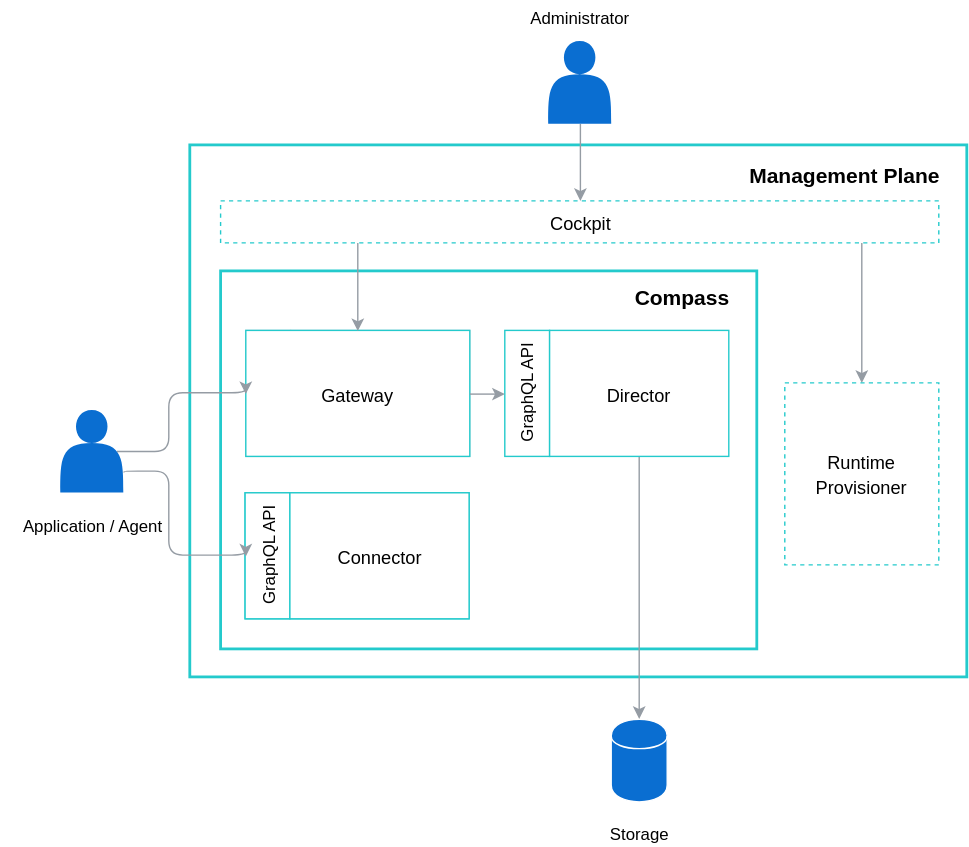
kyma-incubator/compass keeps this draw.io diagram as docs/architecture/assets/mp-components.svg. Above is the earlier version. Source tidied: cells renumbered, new cells last; positions are measured from the earlier drawing's top-left corner, leaving out a move shared by most shapes.
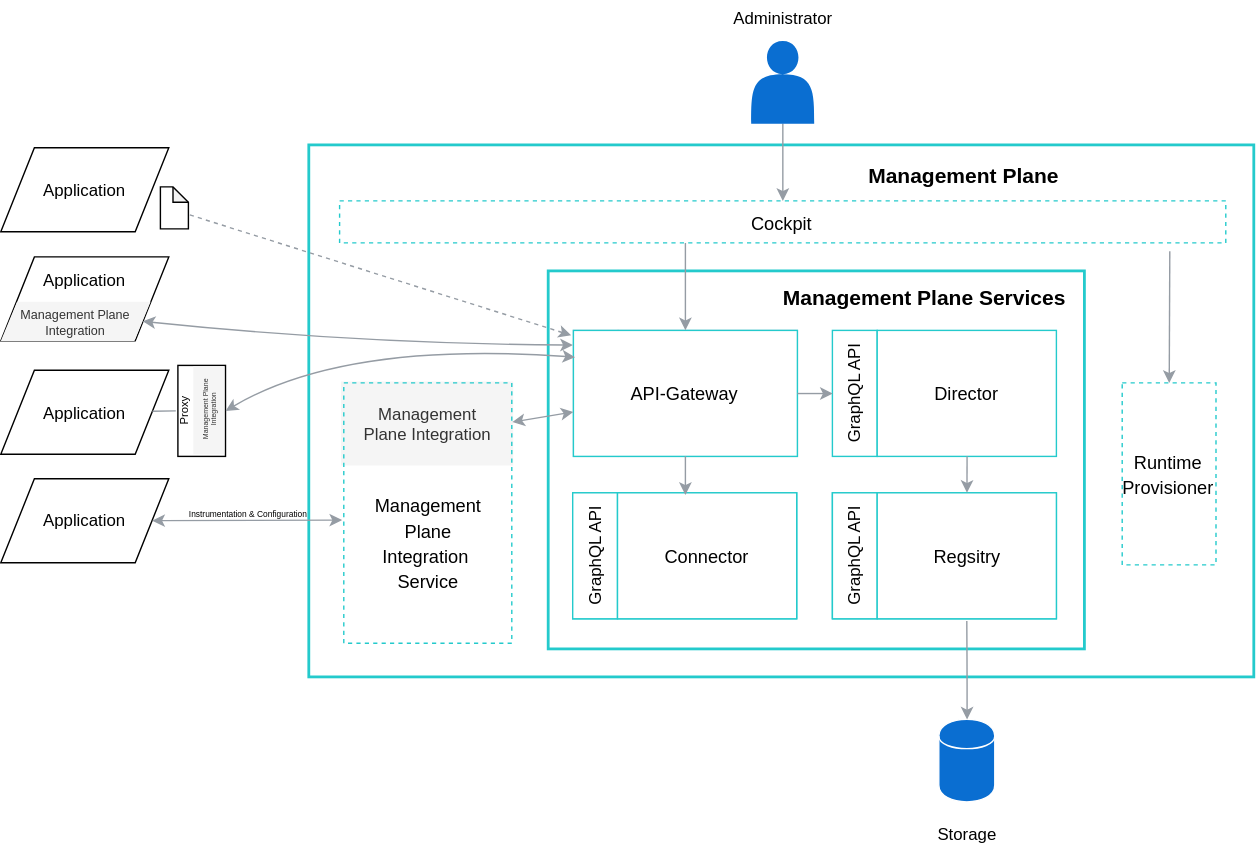
The same diagram one commit later.

Commit message:
Update Component Overview

What changed in the source:
```diff
@@ -3,13 +3,16 @@
     <mxCell id="0" />
     <mxCell id="1" parent="0" />
     <mxCell id="2" style="rounded=0;whiteSpace=wrap;html=1;labelBackgroundColor=none;strokeColor=#24CACC;strokeWidth=2;fillColor=#FFFFFF;gradientColor=none;fontFamily=Helvetica;fontSize=15;fontColor=#000000;" parent="1" vertex="1">
-      <mxGeometry x="135" y="102" width="555" height="380" as="geometry" />
+      <mxGeometry x="135" y="102" width="675" height="380" as="geometry" />
     </mxCell>
+    <mxCell id="34" value="Management&lt;br&gt;Plane Integration&lt;br&gt;" style="rounded=0;whiteSpace=wrap;html=1;fillColor=#f5f5f5;strokeColor=none;fontColor=#333333;" parent="1" vertex="1">
+      <mxGeometry x="158" y="271" width="123" height="60" as="geometry" />
+    </mxCell>
     <mxCell id="3" style="rounded=0;whiteSpace=wrap;html=1;labelBackgroundColor=none;strokeColor=#24CACC;strokeWidth=2;fillColor=#FFFFFF;gradientColor=none;fontFamily=Helvetica;fontSize=15;fontColor=#000000;" parent="1" vertex="1">
-      <mxGeometry x="157" y="192" width="383" height="270" as="geometry" />
+      <mxGeometry x="306" y="192" width="383" height="270" as="geometry" />
     </mxCell>
     <mxCell id="4" style="group;" parent="1" vertex="1">
-      <mxGeometry x="175" y="234.5" width="345" height="90" as="geometry" />
+      <mxGeometry x="324" y="234.5" width="345" height="90" as="geometry" />
     </mxCell>
     <mxCell id="5" value="&lt;font style=&quot;font-size: 12px;&quot;&gt;GraphQL API&lt;br style=&quot;font-size: 12px;&quot;&gt;&lt;/font&gt;" style="rounded=0;whiteSpace=wrap;html=1;labelBackgroundColor=none;strokeColor=#D2D5D9;strokeWidth=1;fillColor=#FFFFFF;gradientColor=none;fontFamily=Helvetica;fontSize=12;fontColor=#000000;horizontal=0;" parent="4" vertex="1">
       <mxGeometry width="32" height="90" as="geometry" />
@@ -17,7 +20,7 @@
     <mxCell id="6" value="&lt;font style=&quot;font-size: 13px&quot;&gt;Connector&lt;br&gt;&lt;/font&gt;" style="rounded=0;whiteSpace=wrap;html=1;labelBackgroundColor=none;strokeColor=#D2D5D9;strokeWidth=1;fillColor=#FFFFFF;gradientColor=none;fontFamily=Helvetica;fontSize=15;fontColor=#000000;" parent="4" vertex="1">
       <mxGeometry x="32" width="128" height="90" as="geometry" />
     </mxCell>
-    <mxCell id="7" value="&lt;font style=&quot;font-size: 13px&quot;&gt;Gateway&lt;br&gt;&lt;/font&gt;" style="rounded=0;whiteSpace=wrap;html=1;labelBackgroundColor=none;strokeColor=#24CACC;strokeWidth=1;fillColor=#FFFFFF;gradientColor=none;fontFamily=Helvetica;fontSize=15;fontColor=#000000;" parent="4" vertex="1">
+    <mxCell id="7" value="&lt;font style=&quot;font-size: 13px&quot;&gt;API-Gateway&lt;br&gt;&lt;/font&gt;" style="rounded=0;whiteSpace=wrap;html=1;labelBackgroundColor=none;strokeColor=#24CACC;strokeWidth=1;fillColor=#FFFFFF;gradientColor=none;fontFamily=Helvetica;fontSize=15;fontColor=#000000;" parent="4" vertex="1">
       <mxGeometry width="160" height="90" as="geometry" />
     </mxCell>
     <mxCell id="8" style="group;" parent="4" vertex="1">
@@ -33,7 +36,7 @@
       <mxGeometry relative="1" as="geometry" />
     </mxCell>
     <mxCell id="12" style="group;strokeColor=#24CACC;" parent="1" vertex="1">
-      <mxGeometry x="174.5" y="350.5" width="160" height="90" as="geometry" />
+      <mxGeometry x="323.5" y="350.5" width="160" height="90" as="geometry" />
     </mxCell>
     <mxCell id="13" value="&lt;font style=&quot;font-size: 12px;&quot;&gt;GraphQL API&lt;br style=&quot;font-size: 12px;&quot;&gt;&lt;/font&gt;" style="rounded=0;whiteSpace=wrap;html=1;labelBackgroundColor=none;strokeColor=#24CACC;strokeWidth=1;fillColor=#FFFFFF;gradientColor=none;fontFamily=Helvetica;fontSize=12;fontColor=#000000;horizontal=0;" parent="12" vertex="1">
       <mxGeometry width="32" height="90" as="geometry" />
@@ -41,20 +44,11 @@
     <mxCell id="14" value="&lt;font style=&quot;font-size: 13px&quot;&gt;Connector&lt;br&gt;&lt;/font&gt;" style="rounded=0;whiteSpace=wrap;html=1;labelBackgroundColor=none;strokeColor=#24CACC;strokeWidth=1;fillColor=#FFFFFF;gradientColor=none;fontFamily=Helvetica;fontSize=15;fontColor=#000000;" parent="12" vertex="1">
       <mxGeometry x="32" width="128" height="90" as="geometry" />
     </mxCell>
-    <mxCell id="15" value="&lt;b&gt;Compass&lt;br&gt;&lt;/b&gt;" style="text;html=1;strokeColor=none;fillColor=none;align=center;verticalAlign=middle;whiteSpace=wrap;rounded=0;labelBackgroundColor=none;fontFamily=Helvetica;fontSize=15;fontColor=#000000;" parent="1" vertex="1">
-      <mxGeometry x="443" y="192" width="88" height="37" as="geometry" />
+    <mxCell id="15" value="&lt;b&gt;Management Plane Services&lt;br&gt;&lt;/b&gt;" style="text;html=1;strokeColor=none;fillColor=none;align=center;verticalAlign=middle;whiteSpace=wrap;rounded=0;labelBackgroundColor=none;fontFamily=Helvetica;fontSize=15;fontColor=#000000;" parent="1" vertex="1">
+      <mxGeometry x="469" y="192" width="211" height="37" as="geometry" />
     </mxCell>
-    <mxCell id="16" style="group;" parent="1" vertex="1">
-      <mxGeometry y="291.4" width="130" height="91.6" as="geometry" />
-    </mxCell>
-    <mxCell id="17" style="shape=actor;whiteSpace=wrap;html=1;strokeColor=none;strokeWidth=1;fillColor=#0A6ED1;gradientColor=none;fontFamily=Helvetica;fontSize=12;" parent="16" vertex="1">
-      <mxGeometry x="42.5" width="45" height="59" as="geometry" />
-    </mxCell>
-    <mxCell id="18" value="&lt;font style=&quot;font-size: 12px&quot;&gt;Application / Agent&lt;br&gt;&lt;/font&gt;" style="text;html=1;strokeColor=none;fillColor=none;align=center;verticalAlign=middle;whiteSpace=wrap;rounded=0;dashed=1;labelBackgroundColor=none;fontFamily=Helvetica;fontSize=15;fontColor=#000000;" parent="16" vertex="1">
-      <mxGeometry y="71.6" width="130" height="20" as="geometry" />
-    </mxCell>
     <mxCell id="19" style="group;" parent="1" vertex="1">
-      <mxGeometry x="436" y="512.2" width="40" height="91" as="geometry" />
+      <mxGeometry x="585" y="512.2" width="40" height="91" as="geometry" />
     </mxCell>
     <mxCell id="20" style="shape=cylinder;whiteSpace=wrap;html=1;boundedLbl=1;backgroundOutline=1;strokeColor=#FFFFFF;fontSize=15;fillColor=#0A6ED1;" parent="19" vertex="1">
       <mxGeometry width="40" height="59" as="geometry" />
@@ -62,47 +56,33 @@
     <mxCell id="21" value="&lt;font style=&quot;font-size: 12px&quot;&gt;Storage&lt;br&gt;&lt;/font&gt;" style="text;html=1;strokeColor=none;fillColor=none;align=center;verticalAlign=middle;whiteSpace=wrap;rounded=0;dashed=1;labelBackgroundColor=none;fontFamily=Helvetica;fontSize=15;fontColor=#000000;" parent="19" vertex="1">
       <mxGeometry y="71" width="40" height="20" as="geometry" />
     </mxCell>
-    <mxCell id="22" style="edgeStyle=orthogonalEdgeStyle;jettySize=auto;html=1;exitX=0.9;exitY=0.5;exitDx=0;exitDy=0;entryX=0;entryY=0.5;entryDx=0;entryDy=0;startArrow=none;startFill=0;strokeColor=#959CA4;strokeWidth=1;fontSize=15;exitPerimeter=0;" parent="1" edge="1" source="17" target="7">
-      <mxGeometry relative="1" as="geometry">
-        <Array as="points">
-          <mxPoint x="120" y="321" />
-          <mxPoint x="120" y="279" />
-        </Array>
-      </mxGeometry>
-    </mxCell>
-    <mxCell id="23" style="edgeStyle=orthogonalEdgeStyle;jettySize=auto;html=1;exitX=1;exitY=0.75;exitDx=0;exitDy=0;entryX=0;entryY=0.5;entryDx=0;entryDy=0;startArrow=none;startFill=0;strokeColor=#959CA4;strokeWidth=1;fontSize=15;" parent="1" edge="1" source="17" target="13">
-      <mxGeometry relative="1" as="geometry">
-        <Array as="points">
-          <mxPoint x="120" y="335" />
-          <mxPoint x="120" y="395" />
-        </Array>
-      </mxGeometry>
-    </mxCell>
     <mxCell id="24" style="edgeStyle=orthogonalEdgeStyle;jettySize=auto;html=1;entryX=0.5;entryY=0;entryDx=0;entryDy=0;startFill=0;strokeColor=#959CA4;strokeWidth=1;fontSize=15;" parent="1" edge="1" target="7">
       <mxGeometry relative="1" as="geometry">
-        <mxPoint x="255" y="172" as="sourcePoint" />
+        <mxPoint x="404" y="172" as="sourcePoint" />
       </mxGeometry>
     </mxCell>
     <mxCell id="25" value="&lt;font style=&quot;font-size: 13px&quot;&gt;Cockpit&lt;br&gt;&lt;/font&gt;" style="rounded=0;whiteSpace=wrap;html=1;labelBackgroundColor=none;strokeColor=#24CACC;strokeWidth=1;fillColor=#FFFFFF;gradientColor=none;fontFamily=Helvetica;fontSize=15;fontColor=#000000;dashed=1;" parent="1" vertex="1">
-      <mxGeometry x="157" y="142" width="513" height="30" as="geometry" />
+      <mxGeometry x="157" y="142" width="633" height="30" as="geometry" />
     </mxCell>
     <mxCell id="26" value="&lt;b&gt;Management Plane&lt;br&gt;&lt;/b&gt;" style="text;html=1;strokeColor=none;fillColor=none;align=center;verticalAlign=middle;whiteSpace=wrap;rounded=0;labelBackgroundColor=none;fontFamily=Helvetica;fontSize=15;fontColor=#000000;" parent="1" vertex="1">
       <mxGeometry x="533.5" y="105" width="138" height="37" as="geometry" />
     </mxCell>
-    <mxCell id="27" style="edgeStyle=orthogonalEdgeStyle;jettySize=auto;html=1;exitX=0.5;exitY=1;exitDx=0;exitDy=0;entryX=0.5;entryY=0;entryDx=0;entryDy=0;startFill=0;strokeColor=#959CA4;strokeWidth=1;fontSize=15;" parent="1" edge="1" source="10" target="20">
-      <mxGeometry relative="1" as="geometry" />
+    <mxCell id="27" style="edgeStyle=orthogonalEdgeStyle;jettySize=auto;html=1;entryX=0.5;entryY=0;entryDx=0;entryDy=0;startFill=0;strokeColor=#959CA4;strokeWidth=1;fontSize=15;" parent="1" edge="1" target="20">
+      <mxGeometry relative="1" as="geometry">
+        <mxPoint x="605" y="442" as="sourcePoint" />
+      </mxGeometry>
     </mxCell>
-    <mxCell id="28" style="edgeStyle=orthogonalEdgeStyle;jettySize=auto;html=1;exitX=0.5;exitY=0;exitDx=0;exitDy=0;entryX=0.893;entryY=1;entryDx=0;entryDy=0;entryPerimeter=0;startFill=1;strokeColor=#959CA4;strokeWidth=1;fontSize=15;startArrow=classic;endArrow=none;endFill=0;" parent="1" edge="1" source="29" target="25">
+    <mxCell id="28" style="rounded=1;jettySize=auto;html=1;exitX=0.5;exitY=0;exitDx=0;exitDy=0;entryX=0.937;entryY=1.2;entryDx=0;entryDy=0;entryPerimeter=0;startArrow=classic;startFill=1;endArrow=none;endFill=0;strokeColor=#959CA4;" parent="1" edge="1" source="29" target="25">
       <mxGeometry relative="1" as="geometry" />
     </mxCell>
     <mxCell id="29" value="&lt;font style=&quot;font-size: 13px&quot;&gt;Runtime Provisioner&lt;br&gt;&lt;/font&gt;" style="rounded=0;whiteSpace=wrap;html=1;labelBackgroundColor=none;strokeColor=#24CACC;strokeWidth=1;fillColor=#FFFFFF;gradientColor=none;fontFamily=Helvetica;fontSize=15;fontColor=#000000;dashed=1;" parent="1" vertex="1">
-      <mxGeometry x="560" y="272" width="110" height="130" as="geometry" />
+      <mxGeometry x="716" y="272" width="67" height="130" as="geometry" />
     </mxCell>
     <mxCell id="30" style="edgeStyle=orthogonalEdgeStyle;jettySize=auto;html=1;exitX=0.5;exitY=1;exitDx=0;exitDy=0;entryX=0.5;entryY=0;entryDx=0;entryDy=0;startArrow=none;startFill=0;endArrow=classic;endFill=1;strokeColor=#959CA4;strokeWidth=1;fontSize=15;" parent="1" edge="1" source="32" target="25">
       <mxGeometry relative="1" as="geometry" />
     </mxCell>
     <mxCell id="31" style="group;" parent="1" vertex="1">
-      <mxGeometry x="348" y="-0.5" width="130" height="87.4" as="geometry" />
+      <mxGeometry x="408" y="-0.5" width="130" height="87.4" as="geometry" />
     </mxCell>
     <mxCell id="32" style="shape=actor;whiteSpace=wrap;html=1;strokeColor=none;strokeWidth=1;fillColor=#0A6ED1;gradientColor=none;fontFamily=Helvetica;fontSize=12;" parent="31" vertex="1">
       <mxGeometry x="43" y="28.4" width="45" height="59" as="geometry" />
@@ -110,5 +90,86 @@
     <mxCell id="33" value="&lt;font style=&quot;font-size: 12px&quot;&gt;Administrator&lt;br&gt;&lt;/font&gt;" style="text;html=1;strokeColor=none;fillColor=none;align=center;verticalAlign=middle;whiteSpace=wrap;rounded=0;dashed=1;labelBackgroundColor=none;fontFamily=Helvetica;fontSize=15;fontColor=#000000;" parent="31" vertex="1">
       <mxGeometry width="130" height="20" as="geometry" />
     </mxCell>
+    <mxCell id="35" style="group;strokeColor=#24CACC;" parent="1" vertex="1">
+      <mxGeometry x="509" y="350.5" width="160" height="90" as="geometry" />
+    </mxCell>
+    <mxCell id="36" value="&lt;font style=&quot;font-size: 12px;&quot;&gt;GraphQL API&lt;br style=&quot;font-size: 12px;&quot;&gt;&lt;/font&gt;" style="rounded=0;whiteSpace=wrap;html=1;labelBackgroundColor=none;strokeColor=#24CACC;strokeWidth=1;fillColor=#FFFFFF;gradientColor=none;fontFamily=Helvetica;fontSize=12;fontColor=#000000;horizontal=0;" parent="35" vertex="1">
+      <mxGeometry width="32" height="90" as="geometry" />
+    </mxCell>
+    <mxCell id="37" value="&lt;font style=&quot;font-size: 13px&quot;&gt;Regsitry&lt;br&gt;&lt;/font&gt;" style="rounded=0;whiteSpace=wrap;html=1;labelBackgroundColor=none;strokeColor=#24CACC;strokeWidth=1;fillColor=#FFFFFF;gradientColor=none;fontFamily=Helvetica;fontSize=15;fontColor=#000000;" parent="35" vertex="1">
+      <mxGeometry x="32" width="128" height="90" as="geometry" />
+    </mxCell>
+    <mxCell id="38" value="Application" style="shape=parallelogram;perimeter=parallelogramPerimeter;whiteSpace=wrap;html=1;" parent="1" vertex="1">
+      <mxGeometry x="-85" y="104" width="120" height="60" as="geometry" />
+    </mxCell>
+    <mxCell id="39" value="Application" style="shape=parallelogram;perimeter=parallelogramPerimeter;whiteSpace=wrap;html=1;" parent="1" vertex="1">
+      <mxGeometry x="-85" y="340.5" width="120" height="60" as="geometry" />
+    </mxCell>
+    <mxCell id="40" style="rounded=1;jettySize=auto;html=1;entryX=0.5;entryY=1;entryDx=0;entryDy=0;startArrow=classic;startFill=1;endArrow=none;endFill=0;strokeColor=#959CA4;" parent="1" edge="1" target="7">
+      <mxGeometry relative="1" as="geometry">
+        <mxPoint x="404" y="352" as="sourcePoint" />
+      </mxGeometry>
+    </mxCell>
+    <mxCell id="41" style="rounded=1;jettySize=auto;html=1;entryX=0.5;entryY=1;entryDx=0;entryDy=0;startArrow=classic;startFill=1;endArrow=none;endFill=0;strokeColor=#959CA4;" parent="1" edge="1" source="37" target="10">
+      <mxGeometry relative="1" as="geometry" />
+    </mxCell>
+    <mxCell id="42" value="&lt;font style=&quot;font-size: 13px&quot;&gt;Management&lt;br&gt;Plane&lt;br&gt;Integration&amp;nbsp;&lt;br&gt;Service&lt;br&gt;&lt;/font&gt;" style="rounded=0;whiteSpace=wrap;html=1;labelBackgroundColor=none;strokeColor=#24CACC;strokeWidth=1;fillColor=none;gradientColor=none;fontFamily=Helvetica;fontSize=15;fontColor=#000000;dashed=1;spacingTop=43;" parent="1" vertex="1">
+      <mxGeometry x="160" y="272" width="120" height="186" as="geometry" />
+    </mxCell>
+    <mxCell id="43" value="Application" style="shape=parallelogram;perimeter=parallelogramPerimeter;whiteSpace=wrap;html=1;" parent="1" vertex="1">
+      <mxGeometry x="-85" y="263" width="120" height="60" as="geometry" />
+    </mxCell>
+    <mxCell id="44" style="group;" parent="1" vertex="1">
+      <mxGeometry x="-85" y="182" width="120" height="60" as="geometry" />
+    </mxCell>
+    <mxCell id="45" value="Application" style="shape=parallelogram;perimeter=parallelogramPerimeter;whiteSpace=wrap;html=1;spacingBottom=28;" parent="44" vertex="1">
+      <mxGeometry width="120" height="60" as="geometry" />
+    </mxCell>
+    <mxCell id="46" value="Management Plane Integration" style="shape=parallelogram;perimeter=parallelogramPerimeter;whiteSpace=wrap;html=1;fillColor=#f5f5f5;fontSize=9;size=0.10828302556818044;strokeColor=none;fontColor=#333333;" parent="44" vertex="1">
+      <mxGeometry y="32" width="107" height="28" as="geometry" />
+    </mxCell>
+    <mxCell id="47" value="Proxy" style="rounded=0;whiteSpace=wrap;html=1;fillColor=none;fontSize=8;rotation=-90;labelPosition=center;verticalLabelPosition=middle;align=center;verticalAlign=middle;spacingBottom=25;" parent="1" vertex="1">
+      <mxGeometry x="26" y="275" width="65" height="34" as="geometry" />
+    </mxCell>
+    <mxCell id="48" value="Management Plane&lt;br style=&quot;font-size: 5px;&quot;&gt;Integration&lt;br style=&quot;font-size: 5px;&quot;&gt;" style="rounded=0;whiteSpace=wrap;html=1;fillColor=#f5f5f5;fontSize=5;strokeColor=none;fontColor=#333333;rotation=-90;" parent="1" vertex="1">
+      <mxGeometry x="32" y="280.5" width="63" height="22" as="geometry" />
+    </mxCell>
+    <mxCell id="49" style="endArrow=classic;html=1;strokeColor=#959CA4;fontSize=8;exitX=1;exitY=0.5;exitDx=0;exitDy=0;entryX=-0.009;entryY=0.527;entryDx=0;entryDy=0;entryPerimeter=0;startArrow=classic;startFill=1;" parent="1" edge="1" source="39" target="42">
+      <mxGeometry relative="1" as="geometry" />
+    </mxCell>
+    <mxCell id="50" style="endArrow=classic;html=1;strokeColor=#959CA4;fontSize=8;entryX=0.5;entryY=1;entryDx=0;entryDy=0;exitX=0.008;exitY=0.213;exitDx=0;exitDy=0;exitPerimeter=0;curved=1;startArrow=classic;startFill=1;" parent="1" edge="1" source="7" target="47">
+      <mxGeometry relative="1" as="geometry">
+        <Array as="points">
+          <mxPoint x="160" y="242" />
+        </Array>
+      </mxGeometry>
+    </mxCell>
+    <mxCell id="51" style="endArrow=classic;html=1;strokeColor=#959CA4;fontSize=8;exitX=-0.003;exitY=0.207;exitDx=0;exitDy=0;exitPerimeter=0;curved=1;startArrow=classic;startFill=1;entryX=1;entryY=0.5;entryDx=0;entryDy=0;" parent="1" edge="1" target="46">
+      <mxGeometry relative="1" as="geometry">
+        <mxPoint x="323.6" y="245" as="sourcePoint" />
+        <Array as="points">
+          <mxPoint x="170" y="244" />
+        </Array>
+      </mxGeometry>
+    </mxCell>
+    <mxCell id="52" style="endArrow=classic;startArrow=classic;html=1;strokeColor=#959CA4;fontSize=8;exitX=1.002;exitY=0.151;exitDx=0;exitDy=0;exitPerimeter=0;" parent="1" edge="1" source="42" target="7">
+      <mxGeometry relative="1" as="geometry" />
+    </mxCell>
+    <mxCell id="53" style="shape=note;whiteSpace=wrap;html=1;backgroundOutline=1;darkOpacity=0.05;fillColor=none;fontSize=8;size=11;" parent="1" vertex="1">
+      <mxGeometry x="29" y="132" width="20" height="30" as="geometry" />
+    </mxCell>
+    <mxCell id="54" style="endArrow=classic;html=1;strokeColor=#959CA4;fontSize=8;entryX=-0.01;entryY=0.038;entryDx=0;entryDy=0;entryPerimeter=0;dashed=1;" parent="1" edge="1" target="7">
+      <mxGeometry relative="1" as="geometry">
+        <mxPoint x="50" y="152" as="sourcePoint" />
+      </mxGeometry>
+    </mxCell>
+    <mxCell id="55" style="endArrow=none;startArrow=none;html=1;strokeColor=#959CA4;fontSize=8;startFill=0;endFill=0;" parent="1" edge="1" source="43">
+      <mxGeometry relative="1" as="geometry">
+        <mxPoint x="40" y="292" as="targetPoint" />
+      </mxGeometry>
+    </mxCell>
+    <mxCell id="56" value="Instrumentation &amp;amp; Configuration&lt;br style=&quot;font-size: 6px;&quot;&gt;" style="text;html=1;strokeColor=none;fillColor=none;align=center;verticalAlign=middle;whiteSpace=wrap;rounded=0;fontSize=6;" parent="1" vertex="1">
+      <mxGeometry x="16" y="355" width="150" height="20" as="geometry" />
+    </mxCell>
   </root>
 </mxGraphModel>
```
